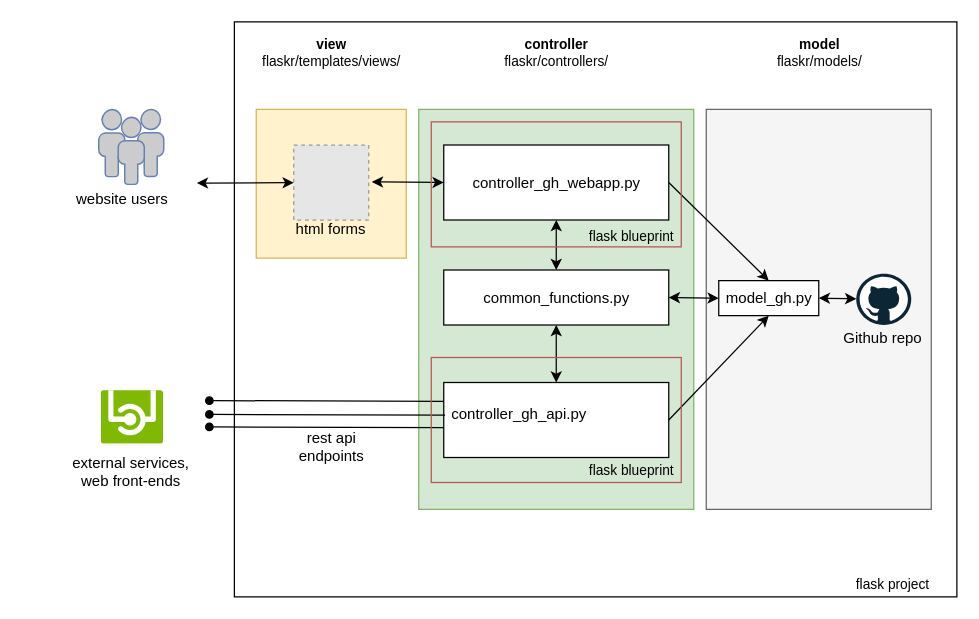
The draw.io diagram flaskr/docs/Untitled Diagram.drawio in datahappy1/flask_mvc_github_example_project, before the edit. Source tidied: cells renumbered, new cells numbered last; positions are measured from the earlier drawing's top-left corner, leaving out a move shared by most shapes. Both pictures are drawn from the tidied source at 125%, with x=0, y=0 at pixel (21, 21). Pictures stored in the file or linked from it are replaced by grey dashed boxes.
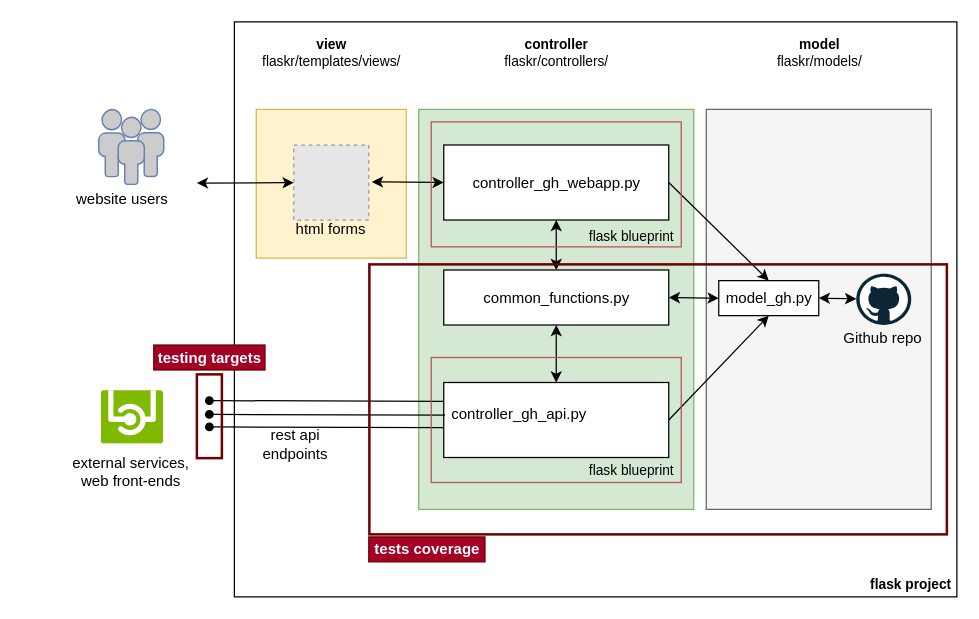
Above is the later version.

Change to the diagram source:
```diff
@@
     <mxCell id="12" value="rest api endpoints&lt;br&gt;" style="text;html=1;strokeColor=none;fillColor=none;align=center;verticalAlign=middle;whiteSpace=wrap;rounded=0;" parent="1" vertex="1">
-      <mxGeometry x="207.5" y="330" width="80" height="20" as="geometry" />
+      <mxGeometry x="179" y="328" width="80" height="20" as="geometry" />
     </mxCell>
@@
-    <mxCell id="26" value="flask project" style="text;html=1;strokeColor=none;fillColor=none;align=center;verticalAlign=middle;whiteSpace=wrap;rounded=0;fontSize=11;" parent="1" vertex="1">
-      <mxGeometry x="664.5" y="440" width="64" height="20" as="geometry" />
+    <mxCell id="26" value="flask project" style="text;html=1;strokeColor=none;fillColor=none;align=center;verticalAlign=middle;whiteSpace=wrap;rounded=0;fontSize=11;fontStyle=1;" parent="1" vertex="1">
+      <mxGeometry x="677" y="440" width="69" height="20" as="geometry" />
     </mxCell>
@@
+    <mxCell id="41" style="rounded=0;whiteSpace=wrap;html=1;fillColor=none;strokeColor=#6F0000;fontColor=#ffffff;strokeWidth=2;" parent="1" vertex="1">
+      <mxGeometry x="140" y="282" width="20" height="67" as="geometry" />
+    </mxCell>
+    <mxCell id="42" style="rounded=0;whiteSpace=wrap;html=1;fillColor=none;strokeColor=#6F0000;fontColor=#ffffff;strokeWidth=2;" parent="1" vertex="1">
+      <mxGeometry x="278" y="194" width="462" height="216" as="geometry" />
+    </mxCell>
+    <mxCell id="43" value="testing targets&lt;br&gt;" style="text;html=1;strokeColor=#6F0000;fillColor=#a20025;align=center;verticalAlign=middle;whiteSpace=wrap;rounded=0;fontStyle=1;fontColor=#ffffff;" parent="1" vertex="1">
+      <mxGeometry x="105.5" y="258.5" width="89" height="20" as="geometry" />
+    </mxCell>
+    <mxCell id="44" value="tests coverage" style="text;html=1;strokeColor=#6F0000;fillColor=#a20025;align=center;verticalAlign=middle;whiteSpace=wrap;rounded=0;fontStyle=1;fontColor=#ffffff;" parent="1" vertex="1">
+      <mxGeometry x="277.5" y="412" width="93" height="20" as="geometry" />
+    </mxCell>
```
